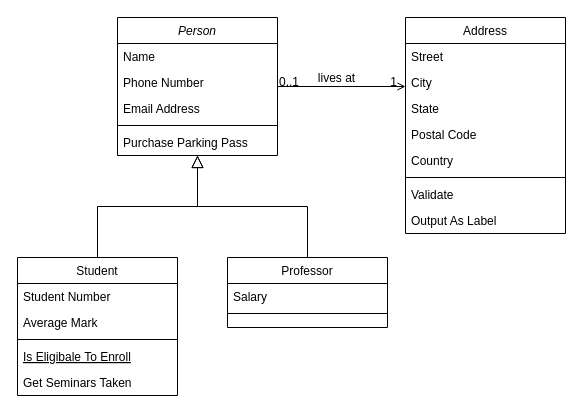
The draw.io diagram Untitled Diagram.drawio in ainulraheem/Week2ClassDiagram, before the edit. Source tidied: cells renumbered, new cells numbered last; positions are measured from the earlier drawing's top-left corner, leaving out a move shared by most shapes. Both pictures are drawn from the tidied source at 100%, with x=0, y=0 at pixel (17, 17).
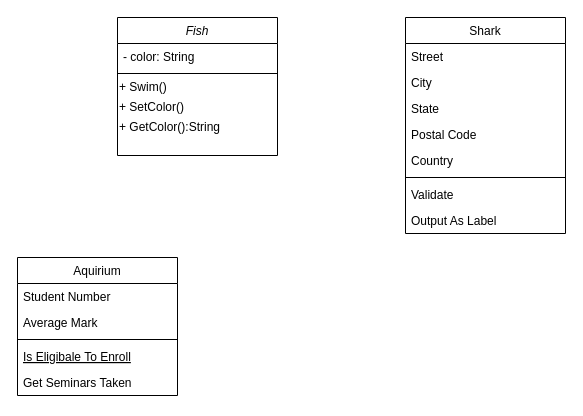
Above is the later version.

What changed in the source:
```diff
@@
-    <mxCell id="2" value="Person" style="swimlane;fontStyle=2;align=center;verticalAlign=top;horizontal=1;startSize=26;rounded=0;shadow=0;strokeWidth=1;" parent="1" vertex="1">
+    <mxCell id="2" value="Fish" style="swimlane;fontStyle=2;align=center;verticalAlign=top;horizontal=1;startSize=26;rounded=0;shadow=0;strokeWidth=1;" parent="1" vertex="1">
       <mxGeometry x="100" width="160" height="138" as="geometry" />
     </mxCell>
-    <mxCell id="3" value="Name" style="text;align=left;verticalAlign=top;spacingLeft=4;spacingRight=4;overflow=hidden;" parent="2" vertex="1">
+    <mxCell id="3" value="- color: String" style="text;align=left;verticalAlign=top;spacingLeft=4;spacingRight=4;overflow=hidden;" parent="2" vertex="1">
       <mxGeometry y="26" width="160" height="26" as="geometry" />
     </mxCell>
-    <mxCell id="4" value="Phone Number" style="text;align=left;verticalAlign=top;spacingLeft=4;spacingRight=4;overflow=hidden;rounded=0;shadow=0;html=0;" parent="2" vertex="1">
-      <mxGeometry y="52" width="160" height="26" as="geometry" />
-    </mxCell>
-    <mxCell id="5" value="Email Address" style="text;align=left;verticalAlign=top;spacingLeft=4;spacingRight=4;overflow=hidden;rounded=0;shadow=0;html=0;" parent="2" vertex="1">
-      <mxGeometry y="78" width="160" height="26" as="geometry" />
-    </mxCell>
     <mxCell id="6" style="line;html=1;strokeWidth=1;align=left;verticalAlign=middle;spacingTop=-1;spacingLeft=3;spacingRight=3;labelPosition=right;" parent="2" vertex="1">
-      <mxGeometry y="104" width="160" height="8" as="geometry" />
+      <mxGeometry y="52" width="160" height="8" as="geometry" />
     </mxCell>
-    <mxCell id="7" value="Purchase Parking Pass" style="text;align=left;verticalAlign=top;spacingLeft=4;spacingRight=4;overflow=hidden;" parent="2" vertex="1">
-      <mxGeometry y="112" width="160" height="26" as="geometry" />
-    </mxCell>
+    <mxCell id="32" value="+ Swim()" style="text;html=1;align=left;verticalAlign=middle;" parent="2" vertex="1">
+      <mxGeometry y="60" width="160" height="20" as="geometry" />
+    </mxCell>
+    <mxCell id="33" value="+ SetColor()" style="text;html=1;align=left;verticalAlign=middle;" parent="2" vertex="1">
+      <mxGeometry y="80" width="160" height="20" as="geometry" />
+    </mxCell>
+    <mxCell id="34" value="+ GetColor():String" style="text;html=1;align=left;verticalAlign=middle;" parent="2" vertex="1">
+      <mxGeometry y="100" width="160" height="20" as="geometry" />
+    </mxCell>
-    <mxCell id="8" value="Student" style="swimlane;fontStyle=0;align=center;verticalAlign=top;horizontal=1;startSize=26;rounded=0;shadow=0;strokeWidth=1;" parent="1" vertex="1">
+    <mxCell id="8" value="Aquirium" style="swimlane;fontStyle=0;align=center;verticalAlign=top;horizontal=1;startSize=26;rounded=0;shadow=0;strokeWidth=1;" parent="1" vertex="1">
       <mxGeometry y="240" width="160" height="138" as="geometry" />
     </mxCell>
@@
-    <mxCell id="14" style="endArrow=block;endSize=10;endFill=0;shadow=0;strokeWidth=1;rounded=0;edgeStyle=elbowEdgeStyle;elbow=vertical;" parent="1" edge="1" source="8" target="2">
-      <mxGeometry relative="1" as="geometry" />
-    </mxCell>
-    <mxCell id="15" value="Professor" style="swimlane;fontStyle=0;align=center;verticalAlign=top;horizontal=1;startSize=26;rounded=0;shadow=0;strokeWidth=1;" parent="1" vertex="1">
-      <mxGeometry x="210" y="240" width="160" height="70" as="geometry" />
-    </mxCell>
-    <mxCell id="16" value="Salary" style="text;align=left;verticalAlign=top;spacingLeft=4;spacingRight=4;overflow=hidden;" parent="15" vertex="1">
-      <mxGeometry y="26" width="160" height="26" as="geometry" />
-    </mxCell>
-    <mxCell id="17" style="line;html=1;strokeWidth=1;align=left;verticalAlign=middle;spacingTop=-1;spacingLeft=3;spacingRight=3;labelPosition=right;" parent="15" vertex="1">
-      <mxGeometry y="52" width="160" height="8" as="geometry" />
-    </mxCell>
-    <mxCell id="18" style="endArrow=block;endSize=10;endFill=0;shadow=0;strokeWidth=1;rounded=0;edgeStyle=elbowEdgeStyle;elbow=vertical;" parent="1" edge="1" source="15" target="2">
-      <mxGeometry relative="1" as="geometry" />
-    </mxCell>
-    <mxCell id="19" value="Address" style="swimlane;fontStyle=0;align=center;verticalAlign=top;horizontal=1;startSize=26;rounded=0;shadow=0;strokeWidth=1;" parent="1" vertex="1">
+    <mxCell id="19" value="Shark" style="swimlane;fontStyle=0;align=center;verticalAlign=top;horizontal=1;startSize=26;rounded=0;shadow=0;strokeWidth=1;" parent="1" vertex="1">
       <mxGeometry x="388" width="160" height="216" as="geometry" />
     </mxCell>
@@
-    <mxCell id="28" style="endArrow=open;shadow=0;strokeWidth=1;rounded=0;endFill=1;edgeStyle=elbowEdgeStyle;elbow=vertical;" parent="1" edge="1" source="2" target="19">
-      <mxGeometry x="0.5" y="41" relative="1" as="geometry">
-        <mxPoint x="-40" y="32" as="offset" />
-      </mxGeometry>
-    </mxCell>
-    <mxCell id="29" value="0..1" style="align=left;verticalAlign=bottom;labelBackgroundColor=none;fontSize=12;" parent="28" vertex="1">
-      <mxGeometry x="-1" relative="1" as="geometry">
-        <mxPoint y="4" as="offset" />
-      </mxGeometry>
-    </mxCell>
-    <mxCell id="30" value="1" style="align=right;verticalAlign=bottom;labelBackgroundColor=none;fontSize=12;" parent="28" vertex="1">
-      <mxGeometry x="1" relative="1" as="geometry">
-        <mxPoint x="-7" y="4" as="offset" />
-      </mxGeometry>
-    </mxCell>
-    <mxCell id="31" value="lives at" style="text;html=1;align=center;verticalAlign=middle;labelBackgroundColor=none;rounded=0;shadow=0;strokeWidth=1;fontSize=12;" parent="28" vertex="1">
-      <mxGeometry x="0.5" y="49" relative="1" as="geometry">
-        <mxPoint x="-38" y="40" as="offset" />
-      </mxGeometry>
-    </mxCell>
```
